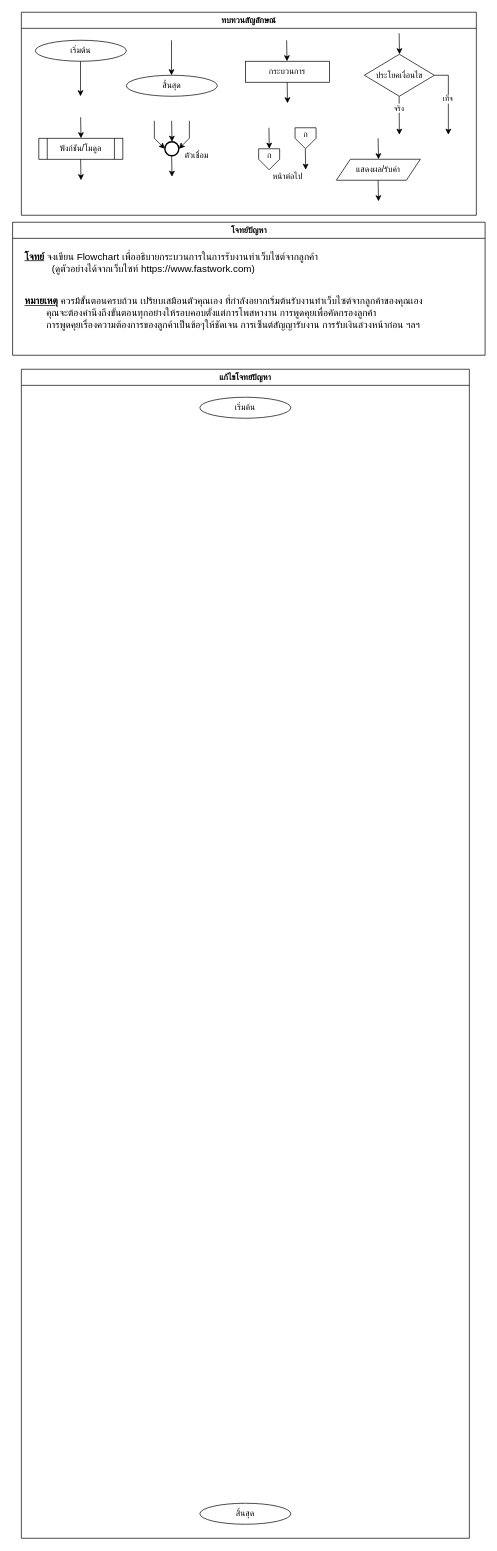
This is Y1-2 Hw2-2.drawio from NatTHboi/WorkY1-2, a draw.io file, before an edit. Source tidied: cells renumbered, new cells numbered last; positions are measured from the earlier drawing's top-left corner, leaving out a move shared by most shapes. Both pictures are drawn from the tidied source at 70%, with x=0, y=0 at pixel (13, 12).
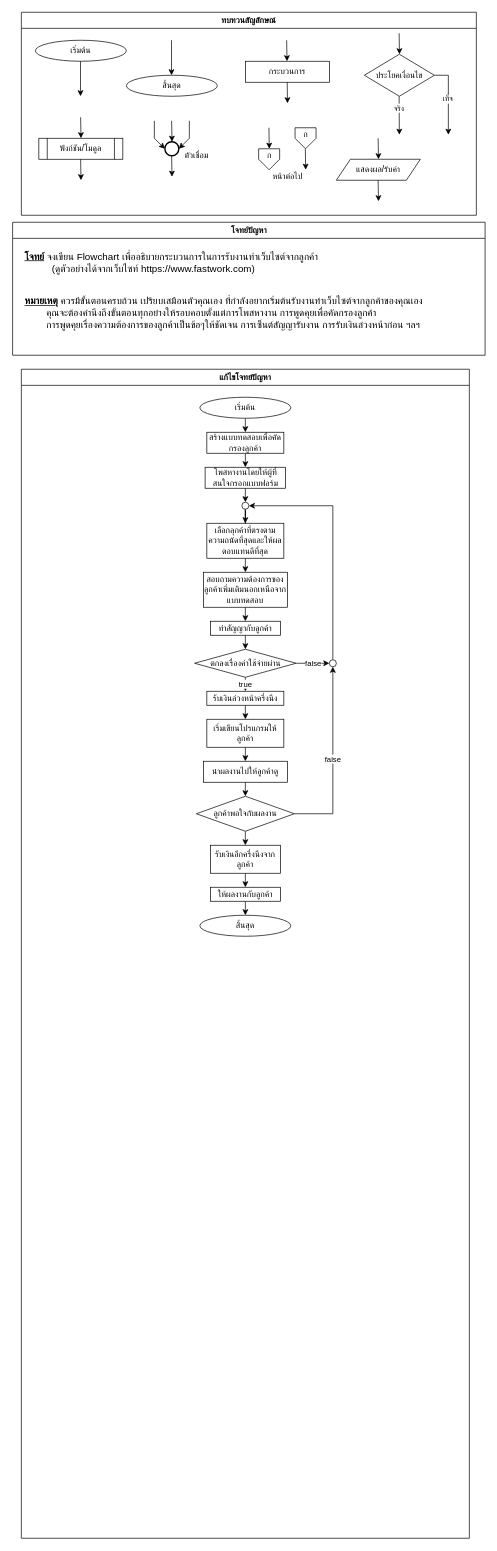
The same page after the edit.

The change refers to these unchanged cells:
```xml
<mxCell id="35" value="แก้ไขโจทย์ปัญหา" style="swimlane;fontFamily=Sarabun;" parent="1" vertex="1">
  <mxGeometry x="12" y="510" width="640" height="1670" as="geometry" />
</mxCell>
<mxCell id="36" value="&lt;font face=&quot;Sarabun&quot;&gt;เริ่มต้น&lt;/font&gt;" style="ellipse;whiteSpace=wrap;html=1;" parent="35" vertex="1">
  <mxGeometry x="255" y="40" width="130" height="30" as="geometry" />
</mxCell>
```

What changed in the source:
```diff
@@
+    <mxCell id="40" style="edgeStyle=orthogonalEdgeStyle;rounded=0;jettySize=auto;html=1;exitX=0.5;exitY=1;exitDx=0;exitDy=0;entryX=0.5;entryY=0;entryDx=0;entryDy=0;" parent="35" edge="1" source="36" target="42">
+      <mxGeometry relative="1" as="geometry" />
+    </mxCell>
@@
     <mxCell id="37" value="&lt;font face=&quot;Sarabun&quot;&gt;สิ้นสุด&lt;/font&gt;" style="ellipse;whiteSpace=wrap;html=1;" parent="35" vertex="1">
-      <mxGeometry x="255" y="1620" width="130" height="30" as="geometry" />
+      <mxGeometry x="255" y="780" width="130" height="30" as="geometry" />
     </mxCell>
+    <mxCell id="41" style="edgeStyle=orthogonalEdgeStyle;rounded=0;jettySize=auto;html=1;exitX=0.5;exitY=1;exitDx=0;exitDy=0;entryX=0.5;entryY=0;entryDx=0;entryDy=0;" parent="35" edge="1" source="42" target="44">
+      <mxGeometry relative="1" as="geometry" />
+    </mxCell>
+    <mxCell id="42" value="สร้างแบบทดสอบเพื่อคัดกรองลูกค้า" style="rounded=0;whiteSpace=wrap;html=1;" parent="35" vertex="1">
+      <mxGeometry x="265" y="90" width="110" height="30" as="geometry" />
+    </mxCell>
+    <mxCell id="43" style="edgeStyle=orthogonalEdgeStyle;rounded=0;jettySize=auto;html=1;exitX=0.5;exitY=1;exitDx=0;exitDy=0;entryX=0.5;entryY=0;entryDx=0;entryDy=0;" parent="35" edge="1" source="44" target="50">
+      <mxGeometry relative="1" as="geometry" />
+    </mxCell>
+    <mxCell id="44" value="โพสหางานโดยให้ผู้ที่สนใจกรอกแบบฟอร์ม" style="rounded=0;whiteSpace=wrap;html=1;" parent="35" vertex="1">
+      <mxGeometry x="262.5" y="140" width="115" height="30" as="geometry" />
+    </mxCell>
+    <mxCell id="45" style="edgeStyle=orthogonalEdgeStyle;rounded=0;jettySize=auto;html=1;exitX=0.5;exitY=1;exitDx=0;exitDy=0;entryX=0.5;entryY=0;entryDx=0;entryDy=0;" parent="35" edge="1" source="46" target="48">
+      <mxGeometry relative="1" as="geometry" />
+    </mxCell>
+    <mxCell id="46" value="เลือกลุกค้าที่ตรงตามความถนัดที่สุดและให้ผลตอบแทนดีที่สุด" style="rounded=0;whiteSpace=wrap;html=1;" parent="35" vertex="1">
+      <mxGeometry x="265" y="220" width="110" height="50" as="geometry" />
+    </mxCell>
+    <mxCell id="47" style="edgeStyle=orthogonalEdgeStyle;rounded=0;jettySize=auto;html=1;exitX=0.5;exitY=1;exitDx=0;exitDy=0;entryX=0.5;entryY=0;entryDx=0;entryDy=0;" parent="35" edge="1" source="48" target="52">
+      <mxGeometry relative="1" as="geometry" />
+    </mxCell>
+    <mxCell id="48" value="สอบถามความต้องการของลูกค้าเพิ่มเติมนอกเหนือจากแบบทดสอบ" style="rounded=0;whiteSpace=wrap;html=1;" parent="35" vertex="1">
+      <mxGeometry x="260" y="290" width="120" height="50" as="geometry" />
+    </mxCell>
+    <mxCell id="49" style="edgeStyle=orthogonalEdgeStyle;rounded=0;jettySize=auto;html=1;" parent="35" edge="1" source="50" target="46">
+      <mxGeometry relative="1" as="geometry" />
+    </mxCell>
+    <mxCell id="50" style="ellipse;whiteSpace=wrap;html=1;" parent="35" vertex="1">
+      <mxGeometry x="315" y="190" width="10" height="10" as="geometry" />
+    </mxCell>
+    <mxCell id="51" style="edgeStyle=orthogonalEdgeStyle;rounded=0;jettySize=auto;html=1;exitX=0.5;exitY=1;exitDx=0;exitDy=0;entryX=0.5;entryY=0;entryDx=0;entryDy=0;" parent="35" edge="1" source="52" target="55">
+      <mxGeometry relative="1" as="geometry" />
+    </mxCell>
+    <mxCell id="52" value="ทำสัญญากับลูกค้า" style="rounded=0;whiteSpace=wrap;html=1;" parent="35" vertex="1">
+      <mxGeometry x="270" y="360" width="100" height="20" as="geometry" />
+    </mxCell>
+    <mxCell id="53" value="true" style="edgeStyle=orthogonalEdgeStyle;rounded=0;jettySize=auto;html=1;exitX=0.5;exitY=1;exitDx=0;exitDy=0;entryX=0.5;entryY=0;entryDx=0;entryDy=0;" parent="35" edge="1" source="55" target="57">
+      <mxGeometry relative="1" as="geometry" />
+    </mxCell>
+    <mxCell id="54" value="false" style="edgeStyle=orthogonalEdgeStyle;rounded=0;jettySize=auto;html=1;exitX=1;exitY=0.5;exitDx=0;exitDy=0;entryX=0;entryY=0.5;entryDx=0;entryDy=0;" parent="35" edge="1" source="55" target="66">
+      <mxGeometry relative="1" as="geometry" />
+    </mxCell>
+    <mxCell id="55" value="ตกลงเรื่องค่าใช้จ่ายผ่าน" style="rhombus;whiteSpace=wrap;html=1;" parent="35" vertex="1">
+      <mxGeometry x="247.5" y="400" width="145" height="40" as="geometry" />
+    </mxCell>
+    <mxCell id="56" style="edgeStyle=orthogonalEdgeStyle;rounded=0;jettySize=auto;html=1;exitX=0.5;exitY=1;exitDx=0;exitDy=0;entryX=0.5;entryY=0;entryDx=0;entryDy=0;" parent="35" edge="1" source="57" target="59">
+      <mxGeometry relative="1" as="geometry" />
+    </mxCell>
+    <mxCell id="57" value="รับเงินล่วงหน้าครึ่งนึง" style="rounded=0;whiteSpace=wrap;html=1;" parent="35" vertex="1">
+      <mxGeometry x="265" y="460" width="110" height="20" as="geometry" />
+    </mxCell>
+    <mxCell id="58" style="edgeStyle=orthogonalEdgeStyle;rounded=0;jettySize=auto;html=1;exitX=0.5;exitY=1;exitDx=0;exitDy=0;entryX=0.5;entryY=0;entryDx=0;entryDy=0;" parent="35" edge="1" source="59" target="61">
+      <mxGeometry relative="1" as="geometry" />
+    </mxCell>
+    <mxCell id="59" value="เริ่มเขียนโปรแกรมให้ลูกค้า" style="rounded=0;whiteSpace=wrap;html=1;" parent="35" vertex="1">
+      <mxGeometry x="265" y="500" width="110" height="40" as="geometry" />
+    </mxCell>
+    <mxCell id="60" style="edgeStyle=orthogonalEdgeStyle;rounded=0;jettySize=auto;html=1;exitX=0.5;exitY=1;exitDx=0;exitDy=0;entryX=0.5;entryY=0;entryDx=0;entryDy=0;" parent="35" edge="1" source="61" target="64">
+      <mxGeometry relative="1" as="geometry" />
+    </mxCell>
+    <mxCell id="61" value="นำผลงานไปให้ลูกค้าดู" style="rounded=0;whiteSpace=wrap;html=1;" parent="35" vertex="1">
+      <mxGeometry x="260" y="560" width="120" height="30" as="geometry" />
+    </mxCell>
+    <mxCell id="62" value="false" style="edgeStyle=orthogonalEdgeStyle;rounded=0;jettySize=auto;html=1;exitX=1;exitY=0.5;exitDx=0;exitDy=0;entryX=0.5;entryY=1;entryDx=0;entryDy=0;" parent="35" edge="1" source="64" target="66">
+      <mxGeometry relative="1" as="geometry" />
+    </mxCell>
+    <mxCell id="63" style="edgeStyle=orthogonalEdgeStyle;rounded=0;jettySize=auto;html=1;exitX=0.5;exitY=1;exitDx=0;exitDy=0;entryX=0.5;entryY=0;entryDx=0;entryDy=0;" parent="35" edge="1" source="64" target="68">
+      <mxGeometry relative="1" as="geometry" />
+    </mxCell>
+    <mxCell id="64" value="ลูกค้าพอใจกับผลงาน" style="rhombus;whiteSpace=wrap;html=1;" parent="35" vertex="1">
+      <mxGeometry x="250" y="610" width="140" height="50" as="geometry" />
+    </mxCell>
+    <mxCell id="65" style="edgeStyle=orthogonalEdgeStyle;rounded=0;jettySize=auto;html=1;exitX=0.5;exitY=0;exitDx=0;exitDy=0;entryX=1;entryY=0.5;entryDx=0;entryDy=0;" parent="35" edge="1" source="66" target="50">
+      <mxGeometry relative="1" as="geometry" />
+    </mxCell>
+    <mxCell id="66" style="ellipse;whiteSpace=wrap;html=1;" parent="35" vertex="1">
+      <mxGeometry x="440" y="415" width="10" height="10" as="geometry" />
+    </mxCell>
+    <mxCell id="67" style="edgeStyle=orthogonalEdgeStyle;rounded=0;jettySize=auto;html=1;exitX=0.5;exitY=1;exitDx=0;exitDy=0;entryX=0.5;entryY=0;entryDx=0;entryDy=0;" parent="35" edge="1" source="68" target="70">
+      <mxGeometry relative="1" as="geometry" />
+    </mxCell>
+    <mxCell id="68" value="รับเงินอีกครึ่งนึงจากลูกค้า" style="rounded=0;whiteSpace=wrap;html=1;" parent="35" vertex="1">
+      <mxGeometry x="270" y="680" width="100" height="40" as="geometry" />
+    </mxCell>
+    <mxCell id="69" style="edgeStyle=orthogonalEdgeStyle;rounded=0;jettySize=auto;html=1;exitX=0.5;exitY=1;exitDx=0;exitDy=0;entryX=0.5;entryY=0;entryDx=0;entryDy=0;" parent="35" edge="1" source="70" target="37">
+      <mxGeometry relative="1" as="geometry" />
+    </mxCell>
+    <mxCell id="70" value="ให้ผลงานกับลูกค้า" style="rounded=0;whiteSpace=wrap;html=1;" parent="35" vertex="1">
+      <mxGeometry x="270" y="740" width="100" height="20" as="geometry" />
+    </mxCell>
```
